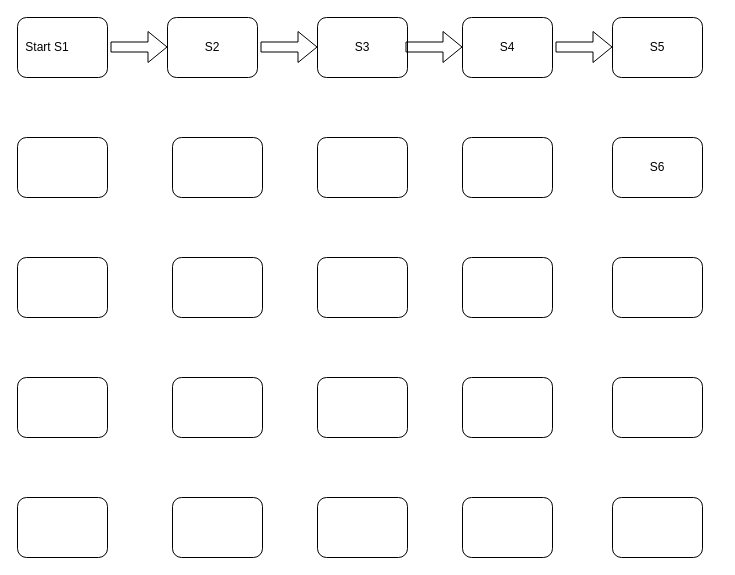
The draw.io diagram board game.drawio in lcw650/lcw2, before the edit. Source tidied: cells renumbered, new cells numbered last; positions are measured from the earlier drawing's top-left corner, leaving out a move shared by most shapes. Both pictures are drawn from the tidied source at 100%, with x=0, y=0 at pixel (17, 17).
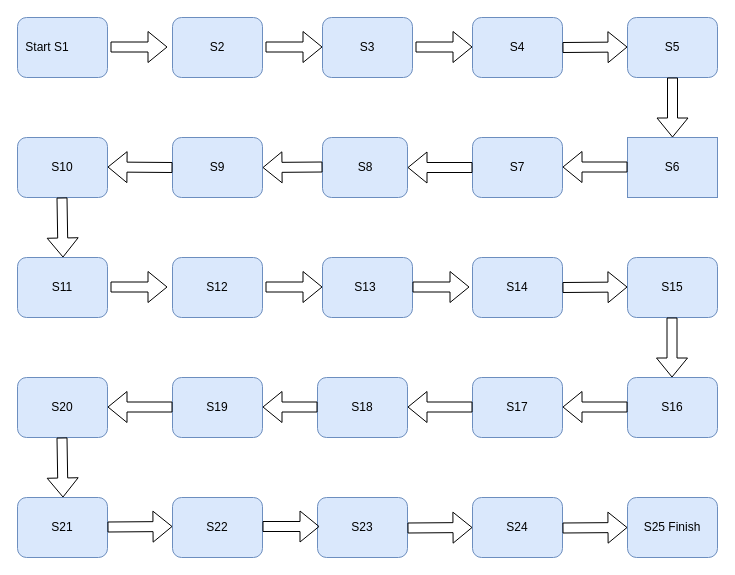
After the change.

Change to the diagram source:
```diff
@@
-    <mxCell id="2" style="rounded=1;whiteSpace=wrap;html=1;" parent="1" vertex="1">
+    <mxCell id="2" style="rounded=1;whiteSpace=wrap;html=1;fillColor=#dae8fc;strokeColor=#6c8ebf;" parent="1" vertex="1">
       <mxGeometry width="90" height="60" as="geometry" />
     </mxCell>
-    <mxCell id="3" style="rounded=1;whiteSpace=wrap;html=1;" parent="1" vertex="1">
-      <mxGeometry x="150" width="90" height="60" as="geometry" />
+    <mxCell id="3" style="rounded=1;whiteSpace=wrap;html=1;fillColor=#dae8fc;strokeColor=#6c8ebf;" parent="1" vertex="1">
+      <mxGeometry x="155" width="90" height="60" as="geometry" />
     </mxCell>
-    <mxCell id="4" style="rounded=1;whiteSpace=wrap;html=1;" parent="1" vertex="1">
-      <mxGeometry x="300" width="90" height="60" as="geometry" />
+    <mxCell id="4" style="rounded=1;whiteSpace=wrap;html=1;fillColor=#dae8fc;strokeColor=#6c8ebf;" parent="1" vertex="1">
+      <mxGeometry x="305" width="90" height="60" as="geometry" />
     </mxCell>
-    <mxCell id="5" style="rounded=1;whiteSpace=wrap;html=1;" parent="1" vertex="1">
-      <mxGeometry x="445" width="90" height="60" as="geometry" />
+    <mxCell id="5" style="rounded=1;whiteSpace=wrap;html=1;fillColor=#dae8fc;strokeColor=#6c8ebf;" parent="1" vertex="1">
+      <mxGeometry x="455" width="90" height="60" as="geometry" />
     </mxCell>
-    <mxCell id="6" style="rounded=1;whiteSpace=wrap;html=1;" parent="1" vertex="1">
-      <mxGeometry x="595" width="90" height="60" as="geometry" />
+    <mxCell id="6" style="rounded=1;whiteSpace=wrap;html=1;fillColor=#dae8fc;strokeColor=#6c8ebf;" parent="1" vertex="1">
+      <mxGeometry x="610" width="90" height="60" as="geometry" />
     </mxCell>
-    <mxCell id="7" style="rounded=1;whiteSpace=wrap;html=1;" parent="1" vertex="1">
-      <mxGeometry x="595" y="120" width="90" height="60" as="geometry" />
+    <mxCell id="7" style="rounded=1;whiteSpace=wrap;html=1;arcSize=0;fillColor=#dae8fc;strokeColor=#6c8ebf;" parent="1" vertex="1">
+      <mxGeometry x="610" y="120" width="90" height="60" as="geometry" />
     </mxCell>
-    <mxCell id="8" style="rounded=1;whiteSpace=wrap;html=1;" parent="1" vertex="1">
-      <mxGeometry x="595" y="240" width="90" height="60" as="geometry" />
+    <mxCell id="8" style="rounded=1;whiteSpace=wrap;html=1;fillColor=#dae8fc;strokeColor=#6c8ebf;" parent="1" vertex="1">
+      <mxGeometry x="610" y="240" width="90" height="60" as="geometry" />
     </mxCell>
-    <mxCell id="9" style="rounded=1;whiteSpace=wrap;html=1;" parent="1" vertex="1">
-      <mxGeometry x="595" y="360" width="90" height="60" as="geometry" />
+    <mxCell id="9" style="rounded=1;whiteSpace=wrap;html=1;fillColor=#dae8fc;strokeColor=#6c8ebf;" parent="1" vertex="1">
+      <mxGeometry x="610" y="360" width="90" height="60" as="geometry" />
     </mxCell>
-    <mxCell id="10" style="rounded=1;whiteSpace=wrap;html=1;" parent="1" vertex="1">
-      <mxGeometry x="595" y="480" width="90" height="60" as="geometry" />
+    <mxCell id="10" style="rounded=1;whiteSpace=wrap;html=1;fillColor=#dae8fc;strokeColor=#6c8ebf;" parent="1" vertex="1">
+      <mxGeometry x="610" y="480" width="90" height="60" as="geometry" />
     </mxCell>
-    <mxCell id="11" style="rounded=1;whiteSpace=wrap;html=1;" parent="1" vertex="1">
-      <mxGeometry x="445" y="120" width="90" height="60" as="geometry" />
+    <mxCell id="11" style="rounded=1;whiteSpace=wrap;html=1;fillColor=#dae8fc;strokeColor=#6c8ebf;" parent="1" vertex="1">
+      <mxGeometry x="455" y="120" width="90" height="60" as="geometry" />
     </mxCell>
-    <mxCell id="12" style="rounded=1;whiteSpace=wrap;html=1;" parent="1" vertex="1">
-      <mxGeometry x="300" y="120" width="90" height="60" as="geometry" />
+    <mxCell id="12" style="rounded=1;whiteSpace=wrap;html=1;fillColor=#dae8fc;strokeColor=#6c8ebf;" parent="1" vertex="1">
+      <mxGeometry x="305" y="120" width="85" height="60" as="geometry" />
     </mxCell>
-    <mxCell id="13" style="rounded=1;whiteSpace=wrap;html=1;" parent="1" vertex="1">
+    <mxCell id="13" style="rounded=1;whiteSpace=wrap;html=1;fillColor=#dae8fc;strokeColor=#6c8ebf;" parent="1" vertex="1">
       <mxGeometry x="155" y="120" width="90" height="60" as="geometry" />
     </mxCell>
-    <mxCell id="14" style="rounded=1;whiteSpace=wrap;html=1;" parent="1" vertex="1">
+    <mxCell id="14" style="rounded=1;whiteSpace=wrap;html=1;fillColor=#dae8fc;strokeColor=#6c8ebf;" parent="1" vertex="1">
       <mxGeometry y="120" width="90" height="60" as="geometry" />
     </mxCell>
-    <mxCell id="15" style="rounded=1;whiteSpace=wrap;html=1;" parent="1" vertex="1">
+    <mxCell id="15" style="rounded=1;whiteSpace=wrap;html=1;fillColor=#dae8fc;strokeColor=#6c8ebf;" parent="1" vertex="1">
       <mxGeometry y="240" width="90" height="60" as="geometry" />
     </mxCell>
-    <mxCell id="16" style="rounded=1;whiteSpace=wrap;html=1;" parent="1" vertex="1">
+    <mxCell id="16" style="rounded=1;whiteSpace=wrap;html=1;fillColor=#dae8fc;strokeColor=#6c8ebf;" parent="1" vertex="1">
       <mxGeometry y="360" width="90" height="60" as="geometry" />
     </mxCell>
-    <mxCell id="17" style="rounded=1;whiteSpace=wrap;html=1;" parent="1" vertex="1">
+    <mxCell id="17" style="rounded=1;whiteSpace=wrap;html=1;fillColor=#dae8fc;strokeColor=#6c8ebf;" parent="1" vertex="1">
       <mxGeometry y="480" width="90" height="60" as="geometry" />
     </mxCell>
-    <mxCell id="18" style="rounded=1;whiteSpace=wrap;html=1;" parent="1" vertex="1">
+    <mxCell id="18" style="rounded=1;whiteSpace=wrap;html=1;fillColor=#dae8fc;strokeColor=#6c8ebf;" parent="1" vertex="1">
       <mxGeometry x="155" y="240" width="90" height="60" as="geometry" />
     </mxCell>
-    <mxCell id="19" style="rounded=1;whiteSpace=wrap;html=1;" parent="1" vertex="1">
-      <mxGeometry x="445" y="240" width="90" height="60" as="geometry" />
+    <mxCell id="19" style="rounded=1;whiteSpace=wrap;html=1;fillColor=#dae8fc;strokeColor=#6c8ebf;" parent="1" vertex="1">
+      <mxGeometry x="455" y="240" width="90" height="60" as="geometry" />
     </mxCell>
-    <mxCell id="20" style="rounded=1;whiteSpace=wrap;html=1;" parent="1" vertex="1">
+    <mxCell id="20" style="rounded=1;whiteSpace=wrap;html=1;fillColor=#dae8fc;strokeColor=#6c8ebf;" parent="1" vertex="1">
       <mxGeometry x="155" y="360" width="90" height="60" as="geometry" />
     </mxCell>
-    <mxCell id="21" style="rounded=1;whiteSpace=wrap;html=1;" parent="1" vertex="1">
+    <mxCell id="21" style="rounded=1;whiteSpace=wrap;html=1;fillColor=#dae8fc;strokeColor=#6c8ebf;" parent="1" vertex="1">
       <mxGeometry x="300" y="360" width="90" height="60" as="geometry" />
     </mxCell>
-    <mxCell id="22" style="rounded=1;whiteSpace=wrap;html=1;" parent="1" vertex="1">
-      <mxGeometry x="445" y="360" width="90" height="60" as="geometry" />
+    <mxCell id="22" style="rounded=1;whiteSpace=wrap;html=1;fillColor=#dae8fc;strokeColor=#6c8ebf;" parent="1" vertex="1">
+      <mxGeometry x="455" y="360" width="90" height="60" as="geometry" />
     </mxCell>
-    <mxCell id="23" style="rounded=1;whiteSpace=wrap;html=1;" parent="1" vertex="1">
+    <mxCell id="23" style="rounded=1;whiteSpace=wrap;html=1;fillColor=#dae8fc;strokeColor=#6c8ebf;" parent="1" vertex="1">
       <mxGeometry x="155" y="480" width="90" height="60" as="geometry" />
     </mxCell>
-    <mxCell id="24" style="rounded=1;whiteSpace=wrap;html=1;" parent="1" vertex="1">
+    <mxCell id="24" style="rounded=1;whiteSpace=wrap;html=1;fillColor=#dae8fc;strokeColor=#6c8ebf;" parent="1" vertex="1">
       <mxGeometry x="300" y="480" width="90" height="60" as="geometry" />
     </mxCell>
-    <mxCell id="25" style="rounded=1;whiteSpace=wrap;html=1;" parent="1" vertex="1">
-      <mxGeometry x="445" y="480" width="90" height="60" as="geometry" />
+    <mxCell id="25" style="rounded=1;whiteSpace=wrap;html=1;fillColor=#dae8fc;strokeColor=#6c8ebf;" parent="1" vertex="1">
+      <mxGeometry x="455" y="480" width="90" height="60" as="geometry" />
     </mxCell>
@@
-    <mxCell id="27" value="S2" style="text;html=1;strokeColor=none;fillColor=none;align=center;verticalAlign=middle;whiteSpace=wrap;rounded=0;" parent="1" vertex="1">
-      <mxGeometry x="165" y="15" width="60" height="30" as="geometry" />
-    </mxCell>
     <mxCell id="28" value="S3" style="text;html=1;strokeColor=none;fillColor=none;align=center;verticalAlign=middle;whiteSpace=wrap;rounded=0;" parent="1" vertex="1">
-      <mxGeometry x="315" y="15" width="60" height="30" as="geometry" />
+      <mxGeometry x="320" y="15" width="60" height="30" as="geometry" />
     </mxCell>
     <mxCell id="29" value="S4" style="text;html=1;strokeColor=none;fillColor=none;align=center;verticalAlign=middle;whiteSpace=wrap;rounded=0;" parent="1" vertex="1">
-      <mxGeometry x="460" y="15" width="60" height="30" as="geometry" />
+      <mxGeometry x="470" y="15" width="60" height="30" as="geometry" />
     </mxCell>
     <mxCell id="30" value="S5" style="text;html=1;strokeColor=none;fillColor=none;align=center;verticalAlign=middle;whiteSpace=wrap;rounded=0;" parent="1" vertex="1">
-      <mxGeometry x="610" y="15" width="60" height="30" as="geometry" />
+      <mxGeometry x="625" y="15" width="60" height="30" as="geometry" />
     </mxCell>
     <mxCell id="31" value="S6" style="text;html=1;strokeColor=none;fillColor=none;align=center;verticalAlign=middle;whiteSpace=wrap;rounded=0;" parent="1" vertex="1">
-      <mxGeometry x="610" y="135" width="60" height="30" as="geometry" />
+      <mxGeometry x="625" y="135" width="60" height="30" as="geometry" />
     </mxCell>
-    <mxCell id="32" style="rounded=1;whiteSpace=wrap;html=1;" parent="1" vertex="1">
-      <mxGeometry x="300" y="240" width="90" height="60" as="geometry" />
+    <mxCell id="32" style="rounded=1;whiteSpace=wrap;html=1;fillColor=#dae8fc;strokeColor=#6c8ebf;" parent="1" vertex="1">
+      <mxGeometry x="305" y="240" width="90" height="60" as="geometry" />
     </mxCell>
     <mxCell id="33" style="shape=flexArrow;endArrow=classic;html=1;rounded=0;exitX=1.033;exitY=0.625;exitDx=0;exitDy=0;exitPerimeter=0;" parent="1" edge="1">
       <mxGeometry relative="1" as="geometry">
-        <mxPoint x="243" y="29.5" as="sourcePoint" />
-        <mxPoint x="300" y="29.5" as="targetPoint" />
+        <mxPoint x="248" y="29.5" as="sourcePoint" />
+        <mxPoint x="305" y="29.5" as="targetPoint" />
       </mxGeometry>
     </mxCell>
     <mxCell id="34" style="shape=flexArrow;endArrow=classic;html=1;rounded=0;exitX=1.033;exitY=0.625;exitDx=0;exitDy=0;exitPerimeter=0;" parent="1" edge="1">
       <mxGeometry relative="1" as="geometry">
-        <mxPoint x="388" y="29.5" as="sourcePoint" />
-        <mxPoint x="445" y="29.5" as="targetPoint" />
+        <mxPoint x="398" y="29.5" as="sourcePoint" />
+        <mxPoint x="455" y="29.5" as="targetPoint" />
       </mxGeometry>
     </mxCell>
-    <mxCell id="35" style="shape=flexArrow;endArrow=classic;html=1;rounded=0;exitX=1.033;exitY=0.625;exitDx=0;exitDy=0;exitPerimeter=0;" parent="1" edge="1">
+    <mxCell id="35" style="shape=flexArrow;endArrow=classic;html=1;rounded=0;exitX=1;exitY=0.5;exitDx=0;exitDy=0;" parent="1" edge="1" source="5">
       <mxGeometry relative="1" as="geometry">
-        <mxPoint x="538" y="29.5" as="sourcePoint" />
-        <mxPoint x="595" y="29.5" as="targetPoint" />
+        <mxPoint x="610" y="29.5" as="targetPoint" />
       </mxGeometry>
     </mxCell>
@@
+    <mxCell id="37" style="shape=flexArrow;endArrow=classic;html=1;rounded=0;exitX=0.5;exitY=1;exitDx=0;exitDy=0;entryX=0.5;entryY=0;entryDx=0;entryDy=0;" parent="1" edge="1" source="6" target="7">
+      <mxGeometry relative="1" as="geometry" />
+    </mxCell>
+    <mxCell id="38" style="shape=flexArrow;endArrow=classic;html=1;rounded=0;exitX=0;exitY=0.5;exitDx=0;exitDy=0;entryX=1;entryY=0.5;entryDx=0;entryDy=0;" parent="1" edge="1" source="11" target="12">
+      <mxGeometry relative="1" as="geometry" />
+    </mxCell>
+    <mxCell id="39" style="shape=flexArrow;endArrow=classic;html=1;rounded=0;exitX=0;exitY=0.5;exitDx=0;exitDy=0;entryX=1;entryY=0.5;entryDx=0;entryDy=0;" parent="1" edge="1" target="13">
+      <mxGeometry relative="1" as="geometry">
+        <mxPoint x="305" y="149.5" as="sourcePoint" />
+      </mxGeometry>
+    </mxCell>
+    <mxCell id="40" style="shape=flexArrow;endArrow=classic;html=1;rounded=0;exitX=0;exitY=0.5;exitDx=0;exitDy=0;entryX=1;entryY=0.5;entryDx=0;entryDy=0;" parent="1" edge="1" source="13">
+      <mxGeometry relative="1" as="geometry">
+        <mxPoint x="90" y="149.5" as="targetPoint" />
+      </mxGeometry>
+    </mxCell>
+    <mxCell id="41" style="shape=flexArrow;endArrow=classic;html=1;rounded=0;exitX=0.5;exitY=1;exitDx=0;exitDy=0;entryX=0.567;entryY=-0.15;entryDx=0;entryDy=0;entryPerimeter=0;" parent="1" edge="1">
+      <mxGeometry relative="1" as="geometry">
+        <mxPoint x="44.5" y="180" as="sourcePoint" />
+        <mxPoint x="45.5" y="240" as="targetPoint" />
+      </mxGeometry>
+    </mxCell>
+    <mxCell id="42" style="shape=flexArrow;endArrow=classic;html=1;rounded=0;exitX=1.033;exitY=0.625;exitDx=0;exitDy=0;exitPerimeter=0;" parent="1" edge="1">
+      <mxGeometry relative="1" as="geometry">
+        <mxPoint x="93" y="269.5" as="sourcePoint" />
+        <mxPoint x="150" y="269.5" as="targetPoint" />
+      </mxGeometry>
+    </mxCell>
+    <mxCell id="43" style="shape=flexArrow;endArrow=classic;html=1;rounded=0;exitX=1.033;exitY=0.625;exitDx=0;exitDy=0;exitPerimeter=0;" parent="1" edge="1">
+      <mxGeometry relative="1" as="geometry">
+        <mxPoint x="248" y="269.5" as="sourcePoint" />
+        <mxPoint x="305" y="269.5" as="targetPoint" />
+      </mxGeometry>
+    </mxCell>
+    <mxCell id="44" style="shape=flexArrow;endArrow=classic;html=1;rounded=0;exitX=1.033;exitY=0.625;exitDx=0;exitDy=0;exitPerimeter=0;" parent="1" edge="1">
+      <mxGeometry relative="1" as="geometry">
+        <mxPoint x="395" y="269.5" as="sourcePoint" />
+        <mxPoint x="452" y="269.5" as="targetPoint" />
+      </mxGeometry>
+    </mxCell>
+    <mxCell id="45" style="shape=flexArrow;endArrow=classic;html=1;rounded=0;exitX=0;exitY=0.5;exitDx=0;exitDy=0;entryX=1;entryY=0.5;entryDx=0;entryDy=0;" parent="1" edge="1">
+      <mxGeometry relative="1" as="geometry">
+        <mxPoint x="610" y="149.5" as="sourcePoint" />
+        <mxPoint x="545" y="149.5" as="targetPoint" />
+      </mxGeometry>
+    </mxCell>
+    <mxCell id="46" style="shape=flexArrow;endArrow=classic;html=1;rounded=0;exitX=1;exitY=0.5;exitDx=0;exitDy=0;" parent="1" edge="1" source="19">
+      <mxGeometry relative="1" as="geometry">
+        <mxPoint x="610" y="269.5" as="targetPoint" />
+      </mxGeometry>
+    </mxCell>
+    <mxCell id="47" style="shape=flexArrow;endArrow=classic;html=1;rounded=0;exitX=0;exitY=0.5;exitDx=0;exitDy=0;entryX=1;entryY=0.5;entryDx=0;entryDy=0;" parent="1" edge="1">
+      <mxGeometry relative="1" as="geometry">
+        <mxPoint x="610" y="389.5" as="sourcePoint" />
+        <mxPoint x="545" y="389.5" as="targetPoint" />
+      </mxGeometry>
+    </mxCell>
+    <mxCell id="48" style="shape=flexArrow;endArrow=classic;html=1;rounded=0;exitX=0.5;exitY=1;exitDx=0;exitDy=0;entryX=0.5;entryY=0;entryDx=0;entryDy=0;" parent="1" edge="1">
+      <mxGeometry relative="1" as="geometry">
+        <mxPoint x="654.5" y="300" as="sourcePoint" />
+        <mxPoint x="654.5" y="360" as="targetPoint" />
+      </mxGeometry>
+    </mxCell>
+    <mxCell id="49" style="shape=flexArrow;endArrow=classic;html=1;rounded=0;exitX=0.5;exitY=1;exitDx=0;exitDy=0;entryX=0.567;entryY=-0.15;entryDx=0;entryDy=0;entryPerimeter=0;" parent="1" edge="1">
+      <mxGeometry relative="1" as="geometry">
+        <mxPoint x="44.5" y="420" as="sourcePoint" />
+        <mxPoint x="45.5" y="480" as="targetPoint" />
+      </mxGeometry>
+    </mxCell>
+    <mxCell id="50" style="shape=flexArrow;endArrow=classic;html=1;rounded=0;exitX=1;exitY=0.5;exitDx=0;exitDy=0;" parent="1" edge="1">
+      <mxGeometry relative="1" as="geometry">
+        <mxPoint x="90" y="509.5" as="sourcePoint" />
+        <mxPoint x="155" y="509" as="targetPoint" />
+      </mxGeometry>
+    </mxCell>
+    <mxCell id="51" style="shape=flexArrow;endArrow=classic;html=1;rounded=0;exitX=1.033;exitY=0.625;exitDx=0;exitDy=0;exitPerimeter=0;" parent="1" edge="1">
+      <mxGeometry relative="1" as="geometry">
+        <mxPoint x="245" y="509" as="sourcePoint" />
+        <mxPoint x="302" y="509" as="targetPoint" />
+      </mxGeometry>
+    </mxCell>
+    <mxCell id="52" style="shape=flexArrow;endArrow=classic;html=1;rounded=0;exitX=1;exitY=0.5;exitDx=0;exitDy=0;" parent="1" edge="1">
+      <mxGeometry relative="1" as="geometry">
+        <mxPoint x="390" y="510.5" as="sourcePoint" />
+        <mxPoint x="455" y="510" as="targetPoint" />
+      </mxGeometry>
+    </mxCell>
+    <mxCell id="53" style="shape=flexArrow;endArrow=classic;html=1;rounded=0;exitX=1;exitY=0.5;exitDx=0;exitDy=0;" parent="1" edge="1">
+      <mxGeometry relative="1" as="geometry">
+        <mxPoint x="545" y="510.5" as="sourcePoint" />
+        <mxPoint x="610" y="510" as="targetPoint" />
+      </mxGeometry>
+    </mxCell>
+    <mxCell id="54" style="shape=flexArrow;endArrow=classic;html=1;rounded=0;exitX=0;exitY=0.5;exitDx=0;exitDy=0;entryX=1;entryY=0.5;entryDx=0;entryDy=0;" parent="1" edge="1">
+      <mxGeometry relative="1" as="geometry">
+        <mxPoint x="455" y="389.5" as="sourcePoint" />
+        <mxPoint x="390" y="389.5" as="targetPoint" />
+      </mxGeometry>
+    </mxCell>
+    <mxCell id="55" style="shape=flexArrow;endArrow=classic;html=1;rounded=0;exitX=0;exitY=0.5;exitDx=0;exitDy=0;entryX=1;entryY=0.5;entryDx=0;entryDy=0;" parent="1" edge="1">
+      <mxGeometry relative="1" as="geometry">
+        <mxPoint x="155" y="389.5" as="sourcePoint" />
+        <mxPoint x="90" y="389.5" as="targetPoint" />
+      </mxGeometry>
+    </mxCell>
+    <mxCell id="56" style="shape=flexArrow;endArrow=classic;html=1;rounded=0;exitX=0;exitY=0.5;exitDx=0;exitDy=0;entryX=1;entryY=0.5;entryDx=0;entryDy=0;" parent="1" edge="1">
+      <mxGeometry relative="1" as="geometry">
+        <mxPoint x="300" y="389.5" as="sourcePoint" />
+        <mxPoint x="245" y="389.5" as="targetPoint" />
+      </mxGeometry>
+    </mxCell>
+    <mxCell id="57" value="S7" style="text;html=1;strokeColor=none;fillColor=none;align=center;verticalAlign=middle;whiteSpace=wrap;rounded=0;" parent="1" vertex="1">
+      <mxGeometry x="470" y="135" width="60" height="30" as="geometry" />
+    </mxCell>
+    <mxCell id="58" value="S8" style="text;html=1;strokeColor=none;fillColor=none;align=center;verticalAlign=middle;whiteSpace=wrap;rounded=0;" parent="1" vertex="1">
+      <mxGeometry x="317.5" y="135" width="60" height="30" as="geometry" />
+    </mxCell>
+    <mxCell id="59" value="S9" style="text;html=1;strokeColor=none;fillColor=none;align=center;verticalAlign=middle;whiteSpace=wrap;rounded=0;" parent="1" vertex="1">
+      <mxGeometry x="170" y="135" width="60" height="30" as="geometry" />
+    </mxCell>
+    <mxCell id="60" value="S10" style="text;html=1;strokeColor=none;fillColor=none;align=center;verticalAlign=middle;whiteSpace=wrap;rounded=0;" parent="1" vertex="1">
+      <mxGeometry x="15" y="135" width="60" height="30" as="geometry" />
+    </mxCell>
+    <mxCell id="61" value="S11" style="text;html=1;strokeColor=none;fillColor=none;align=center;verticalAlign=middle;whiteSpace=wrap;rounded=0;" parent="1" vertex="1">
+      <mxGeometry x="15" y="255" width="60" height="30" as="geometry" />
+    </mxCell>
+    <mxCell id="62" value="S12" style="text;html=1;strokeColor=none;fillColor=none;align=center;verticalAlign=middle;whiteSpace=wrap;rounded=0;" parent="1" vertex="1">
+      <mxGeometry x="170" y="255" width="60" height="30" as="geometry" />
+    </mxCell>
+    <mxCell id="63" value="S13" style="text;html=1;strokeColor=none;fillColor=none;align=center;verticalAlign=middle;whiteSpace=wrap;rounded=0;" parent="1" vertex="1">
+      <mxGeometry x="317.5" y="255" width="60" height="30" as="geometry" />
+    </mxCell>
+    <mxCell id="64" value="S14" style="text;html=1;strokeColor=none;fillColor=none;align=center;verticalAlign=middle;whiteSpace=wrap;rounded=0;" parent="1" vertex="1">
+      <mxGeometry x="470" y="255" width="60" height="30" as="geometry" />
+    </mxCell>
+    <mxCell id="65" value="S15" style="text;html=1;strokeColor=none;fillColor=none;align=center;verticalAlign=middle;whiteSpace=wrap;rounded=0;" parent="1" vertex="1">
+      <mxGeometry x="625" y="255" width="60" height="30" as="geometry" />
+    </mxCell>
+    <mxCell id="66" value="S16" style="text;html=1;strokeColor=none;fillColor=none;align=center;verticalAlign=middle;whiteSpace=wrap;rounded=0;" parent="1" vertex="1">
+      <mxGeometry x="625" y="375" width="60" height="30" as="geometry" />
+    </mxCell>
+    <mxCell id="67" value="S17" style="text;html=1;strokeColor=none;fillColor=none;align=center;verticalAlign=middle;whiteSpace=wrap;rounded=0;" parent="1" vertex="1">
+      <mxGeometry x="470" y="375" width="60" height="30" as="geometry" />
+    </mxCell>
+    <mxCell id="68" value="S18" style="text;html=1;strokeColor=none;fillColor=none;align=center;verticalAlign=middle;whiteSpace=wrap;rounded=0;" parent="1" vertex="1">
+      <mxGeometry x="315" y="375" width="60" height="30" as="geometry" />
+    </mxCell>
+    <mxCell id="69" value="S19" style="text;html=1;strokeColor=none;fillColor=none;align=center;verticalAlign=middle;whiteSpace=wrap;rounded=0;" parent="1" vertex="1">
+      <mxGeometry x="170" y="375" width="60" height="30" as="geometry" />
+    </mxCell>
+    <mxCell id="70" value="S20" style="text;html=1;strokeColor=none;fillColor=none;align=center;verticalAlign=middle;whiteSpace=wrap;rounded=0;" parent="1" vertex="1">
+      <mxGeometry x="15" y="375" width="60" height="30" as="geometry" />
+    </mxCell>
+    <mxCell id="71" value="S21" style="text;html=1;strokeColor=none;fillColor=none;align=center;verticalAlign=middle;whiteSpace=wrap;rounded=0;" parent="1" vertex="1">
+      <mxGeometry x="15" y="495" width="60" height="30" as="geometry" />
+    </mxCell>
+    <mxCell id="72" value="S22" style="text;html=1;strokeColor=none;fillColor=none;align=center;verticalAlign=middle;whiteSpace=wrap;rounded=0;" parent="1" vertex="1">
+      <mxGeometry x="170" y="495" width="60" height="30" as="geometry" />
+    </mxCell>
+    <mxCell id="73" value="S23" style="text;html=1;strokeColor=none;fillColor=none;align=center;verticalAlign=middle;whiteSpace=wrap;rounded=0;" parent="1" vertex="1">
+      <mxGeometry x="315" y="495" width="60" height="30" as="geometry" />
+    </mxCell>
+    <mxCell id="74" value="S24" style="text;html=1;strokeColor=none;fillColor=none;align=center;verticalAlign=middle;whiteSpace=wrap;rounded=0;" parent="1" vertex="1">
+      <mxGeometry x="470" y="495" width="60" height="30" as="geometry" />
+    </mxCell>
+    <mxCell id="75" value="S25 Finish" style="text;html=1;strokeColor=none;fillColor=none;align=center;verticalAlign=middle;whiteSpace=wrap;rounded=0;" parent="1" vertex="1">
+      <mxGeometry x="625" y="495" width="60" height="30" as="geometry" />
+    </mxCell>
+    <mxCell id="27" value="S2" style="text;html=1;strokeColor=none;fillColor=none;align=center;verticalAlign=middle;whiteSpace=wrap;rounded=0;" parent="1" vertex="1">
+      <mxGeometry x="170" y="15" width="60" height="30" as="geometry" />
+    </mxCell>
```
